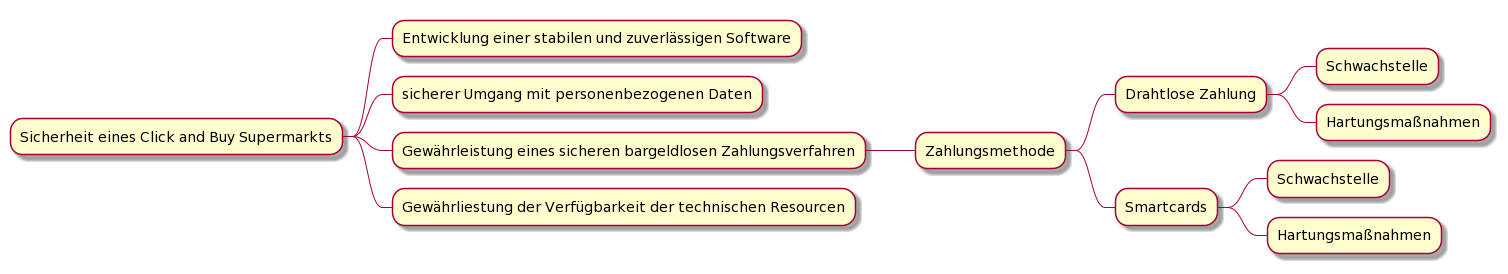
Above: Bilder/Diagram2.png in Bruno-Macedo/Wissenschaftliches-Arbeiten (PlantUML), before the change.
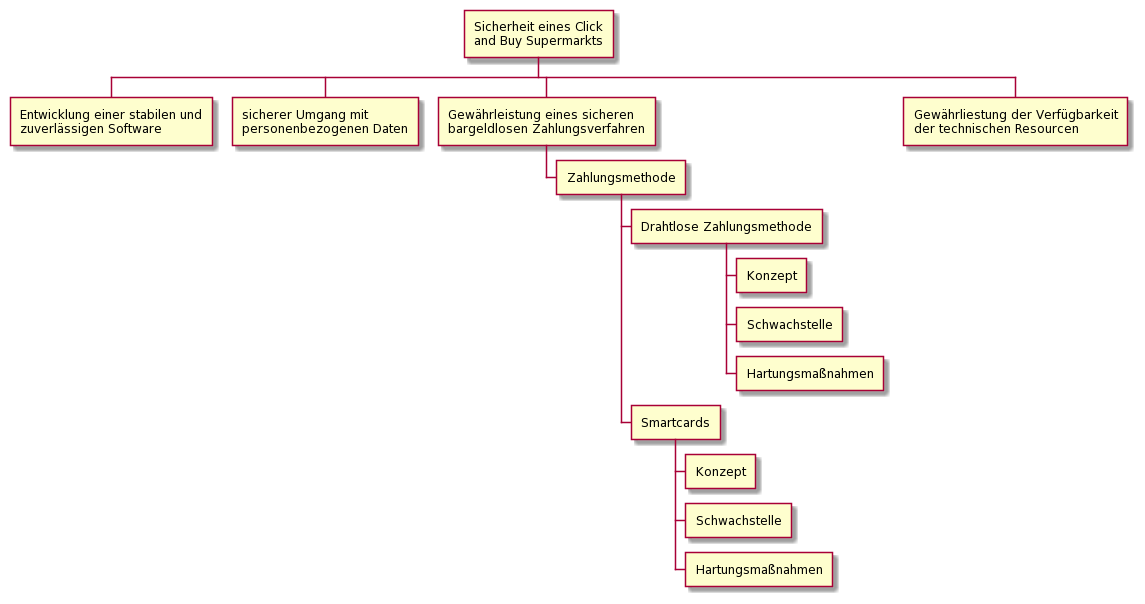
After the commit.

Diff of the diagram source:
```diff
@@ -1,14 +1,21 @@
-@startmindmap
-* Sicherheit eines Click and Buy Supermarkts
-** Entwicklung einer stabilen und zuverlässigen Software
-** sicherer Umgang mit personenbezogenen Daten
-** Gewährleistung eines sicheren bargeldlosen Zahlungsverfahren
+@startwbs
+*:Sicherheit eines Click
+and Buy Supermarkts;
+**:Entwicklung einer stabilen und
+zuverlässigen Software;
+**:sicherer Umgang mit
+personenbezogenen Daten;
+**:Gewährleistung eines sicheren
+bargeldlosen Zahlungsverfahren;
 *** Zahlungsmethode
-**** Drahtlose Zahlung
+**** Drahtlose Zahlungsmethode
+***** Konzept
 ***** Schwachstelle
 ***** Hartungsmaßnahmen
 **** Smartcards
+***** Konzept
 ***** Schwachstelle
 ***** Hartungsmaßnahmen
-** Gewährliestung der Verfügbarkeit der technischen Resourcen
-@endmindmap
+**:Gewährliestung der Verfügbarkeit
+der technischen Resourcen;
+@endwbs
```
